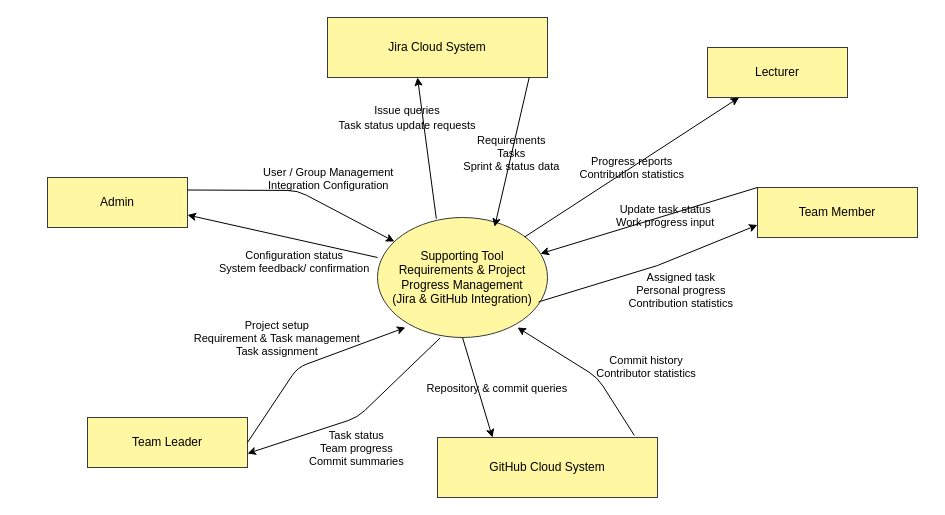
This is SWR302/in_class/contextDiagram_SWP391.drawio from x1ptase/fptu, a draw.io file, before an edit. Source tidied: cells renumbered, new cells numbered last; positions are measured from the earlier drawing's top-left corner, leaving out a move shared by most shapes. Both pictures are drawn from the tidied source at 100%, with x=0, y=0 at pixel (47, 17).
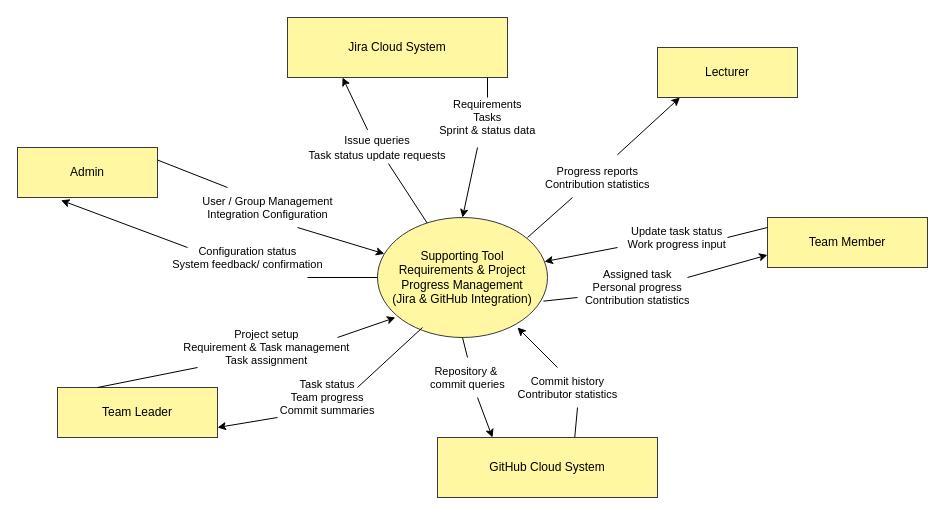
After the change.

Commit message (it also covers changes not shown here):
fix: update report 2, diagram

The change refers to these unchanged cells:
```xml
<mxCell id="2" value="Supporting Tool&lt;br&gt;Requirements &amp;amp; Project Progress Management&lt;br&gt;(Jira &amp;amp; GitHub Integration)" style="ellipse;whiteSpace=wrap;html=1;labelBackgroundColor=none;fillColor=#FFF7A1;strokeColor=#36393d;rounded=0;" parent="1" vertex="1">
  <mxGeometry x="330" y="200" width="170" height="120" as="geometry" />
</mxCell>
<mxCell id="8" value="GitHub Cloud System" style="rounded=0;whiteSpace=wrap;html=1;labelBackgroundColor=none;fillColor=#FFF7A1;strokeColor=#36393d;" parent="1" vertex="1">
  <mxGeometry x="390" y="420" width="220" height="60" as="geometry" />
</mxCell>
```

Diff of the diagram source:
```diff
@@
     <mxCell id="3" value="Admin" style="rounded=0;whiteSpace=wrap;html=1;labelBackgroundColor=none;fillColor=#FFF7A1;strokeColor=#36393d;" parent="1" vertex="1">
-      <mxGeometry y="160" width="140" height="50" as="geometry" />
+      <mxGeometry x="-30" y="130" width="140" height="50" as="geometry" />
     </mxCell>
     <mxCell id="4" value="Lecturer" style="rounded=0;whiteSpace=wrap;html=1;labelBackgroundColor=none;fillColor=#FFF7A1;strokeColor=#36393d;" parent="1" vertex="1">
-      <mxGeometry x="660" y="30" width="140" height="50" as="geometry" />
+      <mxGeometry x="610" y="30" width="140" height="50" as="geometry" />
     </mxCell>
     <mxCell id="5" value="Team Leader" style="rounded=0;whiteSpace=wrap;html=1;labelBackgroundColor=none;fillColor=#FFF7A1;strokeColor=#36393d;" parent="1" vertex="1">
-      <mxGeometry x="40" y="400" width="160" height="50" as="geometry" />
+      <mxGeometry x="10" y="370" width="160" height="50" as="geometry" />
     </mxCell>
     <mxCell id="6" value="Team Member" style="rounded=0;whiteSpace=wrap;html=1;labelBackgroundColor=none;fillColor=#FFF7A1;strokeColor=#36393d;" parent="1" vertex="1">
-      <mxGeometry x="710" y="170" width="160" height="50" as="geometry" />
+      <mxGeometry x="720" y="200" width="160" height="50" as="geometry" />
     </mxCell>
     <mxCell id="7" value="Jira Cloud System" style="rounded=0;whiteSpace=wrap;html=1;labelBackgroundColor=none;fillColor=#FFF7A1;strokeColor=#36393d;" parent="1" vertex="1">
-      <mxGeometry x="280" width="220" height="60" as="geometry" />
+      <mxGeometry x="240" width="220" height="60" as="geometry" />
     </mxCell>
@@
-    <mxCell id="9" value="User / Group Management&#10;Integration Configuration" style="labelBackgroundColor=none;fontColor=default;strokeColor=#000000;rounded=1;exitX=1;exitY=0.25;exitDx=0;exitDy=0;curved=0;" parent="1" edge="1" source="3" target="2">
-      <mxGeometry x="0.19" y="25" relative="1" as="geometry">
+    <mxCell id="9" value="User / Group Management&#10;Integration Configuration" style="labelBackgroundColor=none;fontColor=default;strokeColor=#000000;rounded=1;curved=0;" parent="1" edge="1" target="2">
+      <mxGeometry x="-1" y="36" relative="1" as="geometry">
+        <mxPoint x="250" y="210" as="sourcePoint" />
         <Array as="points">
-          <mxPoint x="250" y="173" />
+          <mxPoint x="250" y="210" />
         </Array>
-        <mxPoint x="1" as="offset" />
+        <mxPoint x="-40" y="14" as="offset" />
       </mxGeometry>
     </mxCell>
-    <mxCell id="10" value="Update task status&#10;Work progress input" style="labelBackgroundColor=none;fontColor=default;strokeColor=#000000;rounded=1;curved=0;exitX=0;exitY=0;exitDx=0;exitDy=0;" parent="1" edge="1" source="6" target="2">
-      <mxGeometry x="-0.15" relative="1" as="geometry" />
+    <mxCell id="10" value="Update task status&#10;Work progress input" style="labelBackgroundColor=none;fontColor=default;strokeColor=#000000;rounded=1;curved=0;" parent="1" edge="1" target="2">
+      <mxGeometry x="-1" y="61" relative="1" as="geometry">
+        <mxPoint x="570" y="230" as="sourcePoint" />
+        <mxPoint x="48" y="-70" as="offset" />
+      </mxGeometry>
     </mxCell>
-    <mxCell id="11" value="Progress reports&#10;Contribution statistics" style="labelBackgroundColor=none;fontColor=default;strokeColor=#000000;rounded=0;" parent="1" edge="1" source="2" target="4">
-      <mxGeometry relative="1" as="geometry" />
+    <mxCell id="11" value="Progress reports&#10;Contribution statistics" style="labelBackgroundColor=none;fontColor=default;strokeColor=#000000;rounded=0;entryX=0.374;entryY=1.056;entryDx=0;entryDy=0;entryPerimeter=0;" parent="1" edge="1">
+      <mxGeometry x="-1" y="-30" relative="1" as="geometry">
+        <mxPoint x="570" y="137.2" as="sourcePoint" />
+        <mxPoint x="632.4" y="80" as="targetPoint" />
+        <mxPoint x="-40" y="1" as="offset" />
+      </mxGeometry>
     </mxCell>
-    <mxCell id="12" value="Requirements&#10;Tasks&#10;Sprint &amp; status data" style="labelBackgroundColor=none;fontColor=default;strokeColor=#000000;rounded=0;entryX=0.689;entryY=0.077;entryDx=0;entryDy=0;entryPerimeter=0;" parent="1" edge="1" target="2">
-      <mxGeometry relative="1" as="geometry">
-        <mxPoint x="481.7" y="60" as="sourcePoint" />
-        <Array as="points">
-          <mxPoint x="481.7" y="60" />
-        </Array>
-      </mxGeometry>
-    </mxCell>
-    <mxCell id="13" value="Repository &amp; commit queries" style="labelBackgroundColor=none;fontColor=default;strokeColor=#000000;rounded=0;entryX=0.25;entryY=0;entryDx=0;entryDy=0;exitX=0.5;exitY=1;exitDx=0;exitDy=0;" parent="1" edge="1" source="2" target="8">
-      <mxGeometry x="0.11" y="19" relative="1" as="geometry" />
+    <mxCell id="13" value="Repository &amp; &#10;commit queries" style="labelBackgroundColor=none;fontColor=default;strokeColor=#000000;rounded=0;entryX=0.25;entryY=0;entryDx=0;entryDy=0;" parent="1" edge="1" target="8">
+      <mxGeometry x="-1" y="-22" relative="1" as="geometry">
+        <mxPoint x="430" y="380" as="sourcePoint" />
+        <mxPoint x="11" y="-28" as="offset" />
+      </mxGeometry>
     </mxCell>
-    <mxCell id="14" value="Project setup&#10;Requirement &amp; Task management&#10;Task assignment" style="labelBackgroundColor=none;fontColor=default;strokeColor=#000000;rounded=1;exitX=1;exitY=0.5;exitDx=0;exitDy=0;spacingLeft=-1;curved=0;" parent="1" edge="1" source="5">
-      <mxGeometry x="-0.12" y="36" relative="1" as="geometry">
-        <mxPoint x="357.9" y="310" as="targetPoint" />
-        <Array as="points">
-          <mxPoint x="250" y="350" />
-        </Array>
-        <mxPoint x="-7" y="4" as="offset" />
+    <mxCell id="14" value="Project setup&#10;Requirement &amp; Task management&#10;Task assignment" style="labelBackgroundColor=none;fontColor=default;strokeColor=#000000;rounded=1;spacingLeft=-1;curved=0;" parent="1" edge="1">
+      <mxGeometry x="-1" y="71" relative="1" as="geometry">
+        <mxPoint x="290" y="320" as="sourcePoint" />
+        <mxPoint x="347.9" y="300" as="targetPoint" />
+        <mxPoint x="-47" y="77" as="offset" />
       </mxGeometry>
     </mxCell>
-    <mxCell id="15" value="Commit history&#10;Contributor statistics" style="labelBackgroundColor=none;fontColor=default;strokeColor=#000000;rounded=1;exitX=0.895;exitY=-0.033;exitDx=0;exitDy=0;exitPerimeter=0;curved=0;" parent="1" edge="1" source="8">
-      <mxGeometry x="-0.38" y="-48" relative="1" as="geometry">
+    <mxCell id="15" value="Commit history&#10;Contributor statistics" style="labelBackgroundColor=none;fontColor=default;strokeColor=#000000;rounded=1;curved=0;" parent="1" edge="1">
+      <mxGeometry x="-1" y="22" relative="1" as="geometry">
+        <mxPoint x="510" y="350" as="sourcePoint" />
         <mxPoint x="470" y="310" as="targetPoint" />
-        <Array as="points">
-          <mxPoint x="550" y="360" />
-        </Array>
-        <mxPoint x="-1" as="offset" />
+        <mxPoint x="26" y="4" as="offset" />
       </mxGeometry>
     </mxCell>
@@
-    <mxCell id="17" value="Configuration status&#10;System feedback/ confirmation" style="labelBackgroundColor=none;fontColor=default;strokeColor=#000000;rounded=0;entryX=1;entryY=0.75;entryDx=0;entryDy=0;" parent="1" edge="1" target="3">
-      <mxGeometry x="-0.18" y="22" relative="1" as="geometry">
-        <mxPoint x="330" y="240" as="sourcePoint" />
+    <mxCell id="17" value="Configuration status&#10;System feedback/ confirmation" style="labelBackgroundColor=none;fontColor=default;strokeColor=#000000;rounded=0;entryX=0.311;entryY=1.056;entryDx=0;entryDy=0;entryPerimeter=0;" parent="1" edge="1" target="3">
+      <mxGeometry x="-1" y="-61" relative="1" as="geometry">
+        <mxPoint x="140" y="230" as="sourcePoint" />
+        <mxPoint x="39" y="67" as="offset" />
       </mxGeometry>
     </mxCell>
-    <mxCell id="18" value="Assigned task&#10;Personal progress&#10;Contribution statistics" style="labelBackgroundColor=none;fontColor=default;strokeColor=#000000;rounded=0;exitX=0.948;exitY=0.703;exitDx=0;exitDy=0;exitPerimeter=0;entryX=0;entryY=0.75;entryDx=0;entryDy=0;" parent="1" edge="1" source="2" target="6">
-      <mxGeometry x="0.18" y="-32" relative="1" as="geometry">
-        <Array as="points">
-          <mxPoint x="610" y="248" />
-        </Array>
+    <mxCell id="18" value="Assigned task&#10;Personal progress&#10;Contribution statistics" style="labelBackgroundColor=none;fontColor=default;strokeColor=#000000;rounded=0;entryX=0;entryY=0.75;entryDx=0;entryDy=0;" parent="1" edge="1" target="6">
+      <mxGeometry x="-1" y="51" relative="1" as="geometry">
+        <mxPoint x="640" y="260" as="sourcePoint" />
+        <mxPoint x="-36" y="59" as="offset" />
       </mxGeometry>
     </mxCell>
-    <mxCell id="19" style="endArrow=classic;html=1;rounded=0;exitX=0.346;exitY=0.01;exitDx=0;exitDy=0;exitPerimeter=0;" parent="1" edge="1" source="2">
-      <mxGeometry relative="1" as="geometry">
-        <mxPoint x="370" y="60" as="targetPoint" />
-      </mxGeometry>
+    <mxCell id="19" style="endArrow=classic;html=1;rounded=0;entryX=0.25;entryY=1;entryDx=0;entryDy=0;exitX=0.438;exitY=0.06;exitDx=0;exitDy=0;exitPerimeter=0;" parent="1" edge="1" source="20" target="7">
+      <mxGeometry relative="1" as="geometry" />
     </mxCell>
     <mxCell id="20" value="&lt;span style=&quot;font-size: 11px; text-wrap-mode: nowrap;&quot;&gt;Issue queries&lt;/span&gt;&lt;br style=&quot;padding: 0px; margin: 0px; font-size: 11px; text-wrap-mode: nowrap;&quot;&gt;&lt;span style=&quot;font-size: 11px; text-wrap-mode: nowrap;&quot;&gt;Task status update requests&lt;/span&gt;" style="text;html=1;whiteSpace=wrap;strokeColor=none;fillColor=none;align=center;verticalAlign=middle;rounded=0;" parent="1" vertex="1">
-      <mxGeometry x="280" y="80" width="160" height="40" as="geometry" />
+      <mxGeometry x="250" y="110" width="160" height="40" as="geometry" />
     </mxCell>
-    <mxCell id="21" value="Task status&#10;Team progress&#10;Commit summaries" style="labelBackgroundColor=none;fontColor=default;strokeColor=#000000;rounded=1;curved=0;exitX=0.369;exitY=1.003;exitDx=0;exitDy=0;exitPerimeter=0;" parent="1" edge="1" source="2">
-      <mxGeometry x="0.08" y="29" relative="1" as="geometry">
-        <mxPoint x="200" y="436" as="targetPoint" />
-        <Array as="points">
-          <mxPoint x="310" y="400" />
-        </Array>
+    <mxCell id="21" value="Task status&#10;Team progress&#10;Commit summaries" style="labelBackgroundColor=none;fontColor=default;strokeColor=#000000;rounded=1;curved=0;entryX=0.5;entryY=1;entryDx=0;entryDy=0;" parent="1" edge="1">
+      <mxGeometry x="-1" y="-54" relative="1" as="geometry">
+        <mxPoint x="230" y="400" as="sourcePoint" />
+        <mxPoint x="170" y="410" as="targetPoint" />
+        <mxPoint x="59" y="33" as="offset" />
       </mxGeometry>
     </mxCell>
+    <mxCell id="12" value="Requirements&#10;Tasks&#10;Sprint &amp; status data" style="labelBackgroundColor=none;fontColor=default;strokeColor=#000000;rounded=0;entryX=0.5;entryY=0;entryDx=0;entryDy=0;" parent="1" edge="1" target="2">
+      <mxGeometry x="-1" y="32" relative="1" as="geometry">
+        <mxPoint x="430" y="130" as="sourcePoint" />
+        <mxPoint x="-21" y="-37" as="offset" />
+      </mxGeometry>
+    </mxCell>
+    <mxCell id="22" style="endArrow=none;html=1;rounded=0;entryX=0.568;entryY=0.9;entryDx=0;entryDy=0;entryPerimeter=0;" parent="1" edge="1" source="2" target="20">
+      <mxGeometry relative="1" as="geometry" />
+    </mxCell>
+    <mxCell id="23" style="endArrow=none;html=1;rounded=0;" parent="1" edge="1">
+      <mxGeometry relative="1" as="geometry">
+        <mxPoint x="440" y="80" as="sourcePoint" />
+        <mxPoint x="440" y="60" as="targetPoint" />
+      </mxGeometry>
+    </mxCell>
+    <mxCell id="24" style="endArrow=none;html=1;rounded=0;" parent="1" edge="1">
+      <mxGeometry relative="1" as="geometry">
+        <mxPoint x="480" y="220" as="sourcePoint" />
+        <mxPoint x="525" y="180" as="targetPoint" />
+      </mxGeometry>
+    </mxCell>
+    <mxCell id="25" style="endArrow=none;html=1;rounded=0;exitX=1;exitY=0.25;exitDx=0;exitDy=0;" parent="1" edge="1" source="3">
+      <mxGeometry relative="1" as="geometry">
+        <mxPoint x="180" y="170" as="targetPoint" />
+      </mxGeometry>
+    </mxCell>
+    <mxCell id="26" style="endArrow=none;html=1;rounded=0;" parent="1" edge="1" target="2">
+      <mxGeometry relative="1" as="geometry">
+        <mxPoint x="260" y="260" as="sourcePoint" />
+      </mxGeometry>
+    </mxCell>
+    <mxCell id="27" style="endArrow=none;html=1;rounded=0;" parent="1" edge="1">
+      <mxGeometry relative="1" as="geometry">
+        <mxPoint x="680" y="220" as="sourcePoint" />
+        <mxPoint x="720" y="210" as="targetPoint" />
+      </mxGeometry>
+    </mxCell>
+    <mxCell id="28" style="endArrow=none;html=1;rounded=0;exitX=0.976;exitY=0.697;exitDx=0;exitDy=0;exitPerimeter=0;" parent="1" edge="1" source="2">
+      <mxGeometry relative="1" as="geometry">
+        <mxPoint x="530" y="280" as="targetPoint" />
+      </mxGeometry>
+    </mxCell>
+    <mxCell id="29" style="endArrow=none;html=1;rounded=0;entryX=0.5;entryY=1;entryDx=0;entryDy=0;" parent="1" edge="1" target="2">
+      <mxGeometry relative="1" as="geometry">
+        <mxPoint x="420" y="340" as="sourcePoint" />
+      </mxGeometry>
+    </mxCell>
+    <mxCell id="30" style="endArrow=none;html=1;rounded=0;exitX=0.624;exitY=-0.007;exitDx=0;exitDy=0;exitPerimeter=0;" parent="1" edge="1" source="8">
+      <mxGeometry relative="1" as="geometry">
+        <mxPoint x="530" y="390" as="targetPoint" />
+      </mxGeometry>
+    </mxCell>
+    <mxCell id="31" style="endArrow=none;html=1;rounded=0;exitX=0.25;exitY=0;exitDx=0;exitDy=0;" parent="1" edge="1" source="5">
+      <mxGeometry relative="1" as="geometry">
+        <mxPoint x="150" y="350" as="targetPoint" />
+      </mxGeometry>
+    </mxCell>
+    <mxCell id="32" style="endArrow=none;html=1;rounded=0;" parent="1" edge="1">
+      <mxGeometry relative="1" as="geometry">
+        <mxPoint x="310" y="370" as="sourcePoint" />
+        <mxPoint x="375" y="310" as="targetPoint" />
+      </mxGeometry>
+    </mxCell>
```
